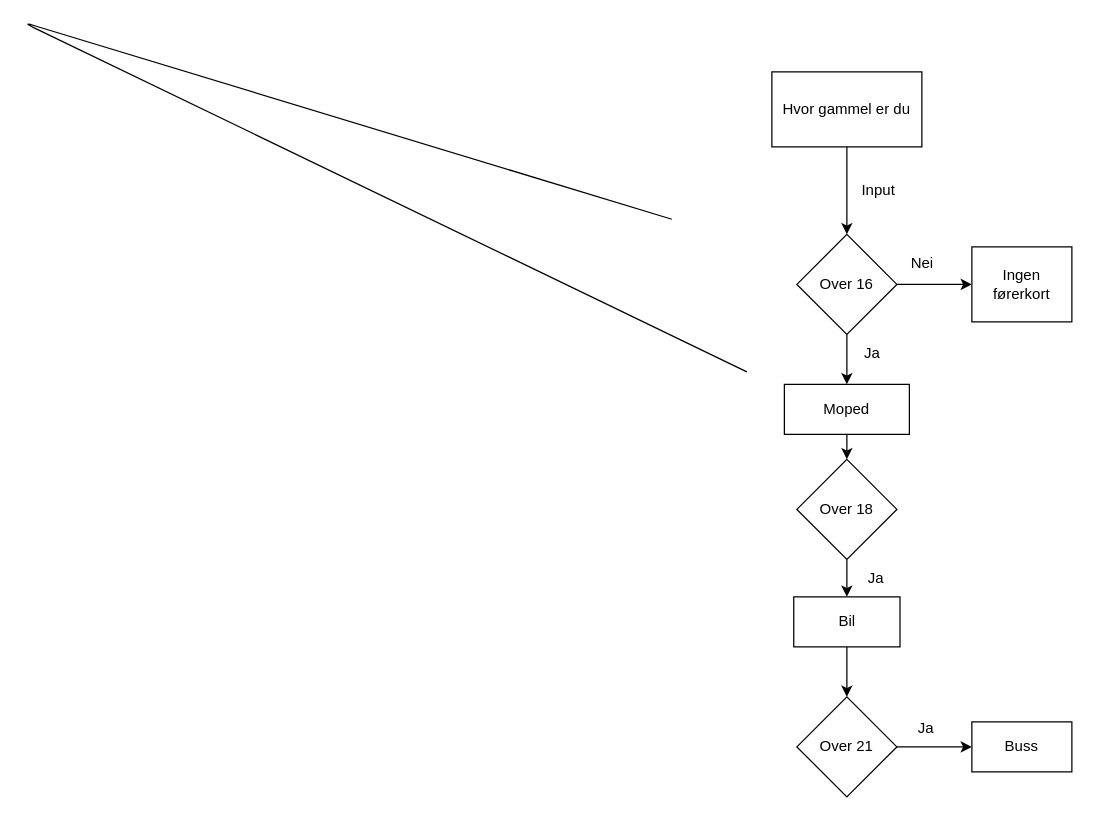
Above: Små oppgaver/Draw.io.folder/Test.drawio in kasparsjohnsen-gif/IT2-Kaspar (draw.io), before the change. Source tidied: cells renumbered, new cells numbered last; positions are measured from the earlier drawing's top-left corner, leaving out a move shared by most shapes. Both pictures are drawn from the tidied source at 125%, with x=0, y=0 at pixel (21, 21).
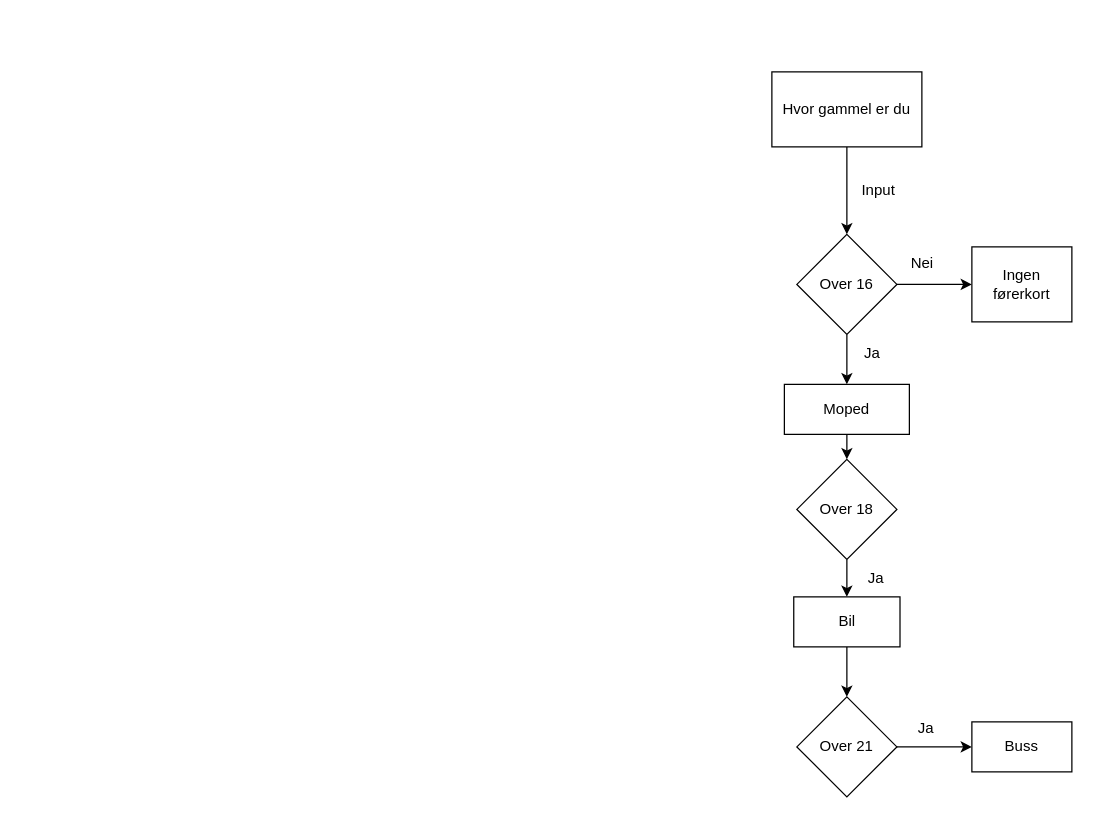
After the change.

Diff of the diagram source:
```diff
@@
-    <mxCell id="2" style="endArrow=none;html=1;entryX=0.5;entryY=0;entryDx=0;entryDy=0;" parent="1" edge="1">
-      <mxGeometry relative="1" as="geometry">
-        <mxPoint x="520" y="157.9" as="sourcePoint" />
-        <mxPoint x="580" y="280" as="targetPoint" />
-        <Array as="points">
-          <mxPoint />
-        </Array>
-      </mxGeometry>
-    </mxCell>
```
